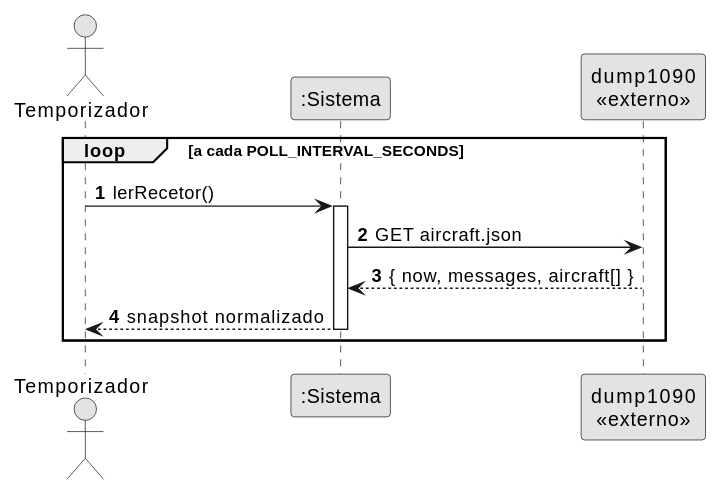
miguelsiilva1/SkyTracer keeps this PlantUML diagram as docs/system-documentation/use-cases/US01/svg/ssd_us01.svg. Above is the earlier version. Source of this version:
```plantuml
@startuml
autonumber
skinparam monochrome true
actor "Temporizador" as T
participant ":Sistema" as S
participant "dump1090\n<<externo>>" as D

loop a cada POLL_INTERVAL_SECONDS
  T -> S : lerRecetor()
  activate S
  S -> D : GET aircraft.json
  D --> S : { now, messages, aircraft[] }
  S --> T : snapshot normalizado
  deactivate S
end
@enduml
```
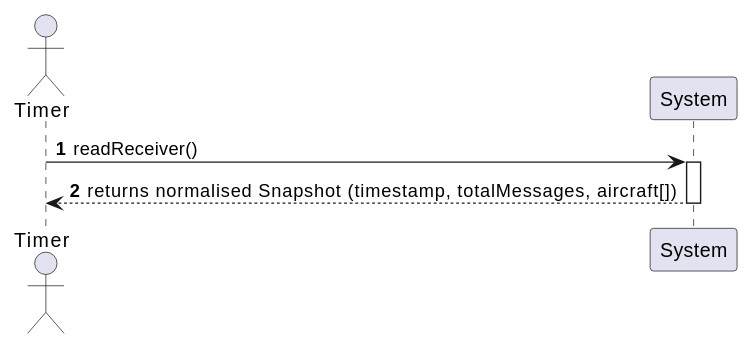
After the commit.

The edit, as a diff of the source:
```diff
@@ -1,16 +1,10 @@
 @startuml
 autonumber
-skinparam monochrome true
-actor "Temporizador" as T
-participant ":Sistema" as S
-participant "dump1090\n<<externo>>" as D
+actor "Timer" as A
+participant "System" as S
 
-loop a cada POLL_INTERVAL_SECONDS
-  T -> S : lerRecetor()
-  activate S
-  S -> D : GET aircraft.json
-  D --> S : { now, messages, aircraft[] }
-  S --> T : snapshot normalizado
-  deactivate S
-end
+A -> S : readReceiver()
+activate S
+S --> A : returns normalised Snapshot (timestamp, totalMessages, aircraft[])
+deactivate S
 @enduml
```
